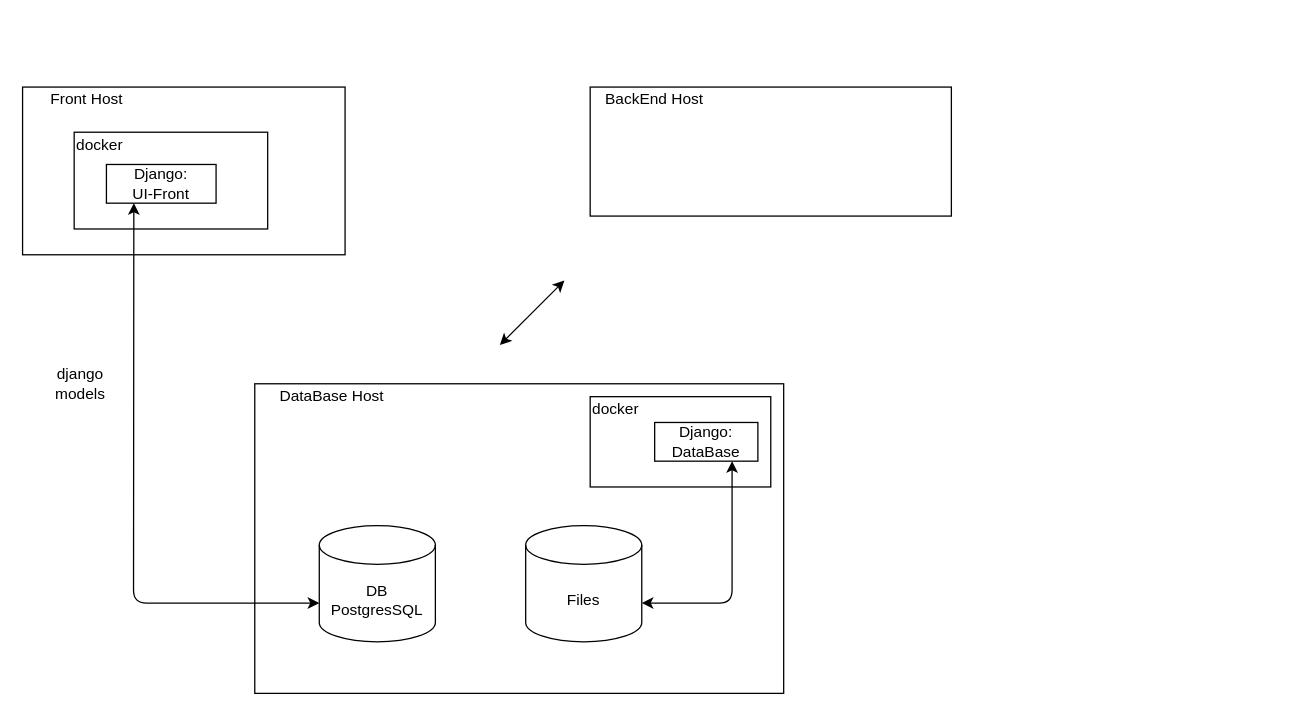
khptif/systematic-review-topic keeps this draw.io diagram as documents/Architecture/modeleArch.drawio. Above is the earlier version. Source tidied: cells renumbered, new cells numbered last; positions are measured from the earlier drawing's top-left corner, leaving out a move shared by most shapes. Both pictures are drawn from the tidied source at 129%, with x=0, y=0 at pixel (22, 86).
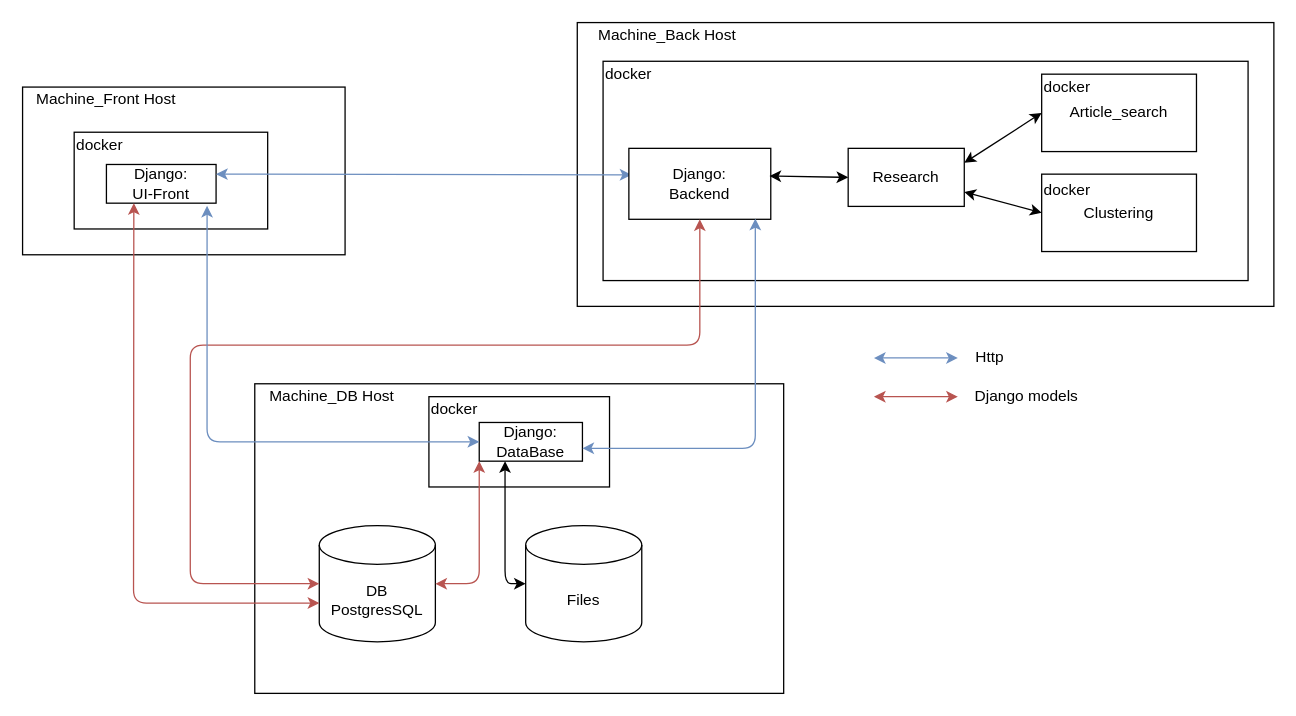
Above is the later version.

Unchanged cells that the change refers to:
```xml
<mxCell id="10" value="Django:&lt;br&gt;UI-Front" style="rounded=0;whiteSpace=wrap;html=1;" parent="1" vertex="1">
  <mxGeometry x="65" y="60" width="85" height="30" as="geometry" />
</mxCell>
<mxCell id="11" value="DB&lt;br&gt;PostgresSQL" style="shape=cylinder3;whiteSpace=wrap;html=1;boundedLbl=1;backgroundOutline=1;size=15;" parent="1" vertex="1">
  <mxGeometry x="230" y="340" width="90" height="90" as="geometry" />
</mxCell>
<mxCell id="15" value="Files" style="shape=cylinder3;whiteSpace=wrap;html=1;boundedLbl=1;backgroundOutline=1;size=15;" parent="1" vertex="1">
  <mxGeometry x="390" y="340" width="90" height="90" as="geometry" />
</mxCell>
```

Diff of the diagram source:
```diff
@@
+    <mxCell id="4" style="rounded=0;whiteSpace=wrap;html=1;" parent="1" vertex="1">
+      <mxGeometry x="430" y="-50" width="540" height="220" as="geometry" />
+    </mxCell>
+    <mxCell id="20" style="rounded=0;whiteSpace=wrap;html=1;" parent="1" vertex="1">
+      <mxGeometry x="450" y="-20" width="500" height="170" as="geometry" />
+    </mxCell>
@@
-    <mxCell id="4" style="rounded=0;whiteSpace=wrap;html=1;" parent="1" vertex="1">
-      <mxGeometry x="440" width="280" height="100" as="geometry" />
-    </mxCell>
-    <mxCell id="5" value="Front Host" style="text;html=1;strokeColor=none;fillColor=none;align=center;verticalAlign=middle;whiteSpace=wrap;rounded=0;" parent="1" vertex="1">
-      <mxGeometry width="100" height="20" as="geometry" />
+    <mxCell id="5" value="Machine_Front Host" style="text;html=1;strokeColor=none;fillColor=none;align=center;verticalAlign=middle;whiteSpace=wrap;rounded=0;" parent="1" vertex="1">
+      <mxGeometry width="130" height="20" as="geometry" />
     </mxCell>
-    <mxCell id="6" value="DataBase Host" style="text;html=1;strokeColor=none;fillColor=none;align=center;verticalAlign=middle;whiteSpace=wrap;rounded=0;" parent="1" vertex="1">
+    <mxCell id="6" value="Machine_DB Host" style="text;html=1;strokeColor=none;fillColor=none;align=center;verticalAlign=middle;whiteSpace=wrap;rounded=0;" parent="1" vertex="1">
       <mxGeometry x="180" y="230" width="120" height="20" as="geometry" />
     </mxCell>
-    <mxCell id="7" value="BackEnd Host" style="text;html=1;strokeColor=none;fillColor=none;align=center;verticalAlign=middle;whiteSpace=wrap;rounded=0;" parent="1" vertex="1">
-      <mxGeometry x="440" width="100" height="20" as="geometry" />
+    <mxCell id="7" value="Machine_Back Host" style="text;html=1;strokeColor=none;fillColor=none;align=center;verticalAlign=middle;whiteSpace=wrap;rounded=0;" parent="1" vertex="1">
+      <mxGeometry x="430" y="-50" width="140" height="20" as="geometry" />
     </mxCell>
@@
     <mxCell id="12" style="rounded=0;whiteSpace=wrap;html=1;" parent="1" vertex="1">
-      <mxGeometry x="440" y="240" width="140" height="70" as="geometry" />
+      <mxGeometry x="315" y="240" width="140" height="70" as="geometry" />
     </mxCell>
     <mxCell id="13" value="docker" style="text;html=1;strokeColor=none;fillColor=none;align=center;verticalAlign=middle;whiteSpace=wrap;rounded=0;" parent="1" vertex="1">
-      <mxGeometry x="440" y="240" width="40" height="20" as="geometry" />
+      <mxGeometry x="315" y="240" width="40" height="20" as="geometry" />
     </mxCell>
     <mxCell id="14" value="Django:&lt;br&gt;DataBase" style="rounded=0;whiteSpace=wrap;html=1;" parent="1" vertex="1">
-      <mxGeometry x="490" y="260" width="80" height="30" as="geometry" />
+      <mxGeometry x="354" y="260" width="80" height="30" as="geometry" />
     </mxCell>
@@
-    <mxCell id="16" style="endArrow=classic;startArrow=classic;html=1;entryX=0.75;entryY=1;entryDx=0;entryDy=0;" parent="1" edge="1" target="14">
-      <mxGeometry relative="1" as="geometry">
-        <mxPoint x="480" y="400" as="sourcePoint" />
-        <Array as="points">
-          <mxPoint x="550" y="400" />
-        </Array>
-      </mxGeometry>
-    </mxCell>
-    <mxCell id="17" style="endArrow=classic;startArrow=classic;html=1;entryX=0.25;entryY=1;entryDx=0;entryDy=0;exitX=0;exitY=0;exitDx=0;exitDy=60;exitPerimeter=0;" parent="1" edge="1" source="11" target="10">
+    <mxCell id="17" style="endArrow=classic;startArrow=classic;html=1;entryX=0.25;entryY=1;entryDx=0;entryDy=0;exitX=0;exitY=0;exitDx=0;exitDy=60;exitPerimeter=0;fillColor=#f8cecc;strokeColor=#b85450;" parent="1" edge="1" source="11" target="10">
       <mxGeometry relative="1" as="geometry">
         <Array as="points">
           <mxPoint x="86" y="400" />
         </Array>
       </mxGeometry>
     </mxCell>
-    <mxCell id="18" value="django models" style="text;html=1;strokeColor=none;fillColor=none;align=center;verticalAlign=middle;whiteSpace=wrap;rounded=0;" parent="1" vertex="1">
-      <mxGeometry x="10" y="220" width="70" height="20" as="geometry" />
-    </mxCell>
-    <mxCell id="19" style="endArrow=classic;startArrow=classic;html=1;" parent="1" edge="1">
-      <mxGeometry relative="1" as="geometry">
-        <mxPoint x="370" y="200" as="sourcePoint" />
-        <mxPoint x="420" y="150" as="targetPoint" />
-      </mxGeometry>
+    <mxCell id="19" style="endArrow=classic;startArrow=classic;html=1;exitX=1;exitY=0.25;exitDx=0;exitDy=0;entryX=0.018;entryY=0.373;entryDx=0;entryDy=0;entryPerimeter=0;fillColor=#dae8fc;strokeColor=#6c8ebf;" parent="1" edge="1" source="10" target="22">
+      <mxGeometry relative="1" as="geometry" />
     </mxCell>
+    <mxCell id="21" value="docker" style="text;html=1;strokeColor=none;fillColor=none;align=center;verticalAlign=middle;whiteSpace=wrap;rounded=0;" parent="1" vertex="1">
+      <mxGeometry x="450" y="-20" width="40" height="20" as="geometry" />
+    </mxCell>
+    <mxCell id="22" value="Django:&lt;br&gt;Backend" style="rounded=0;whiteSpace=wrap;html=1;" parent="1" vertex="1">
+      <mxGeometry x="470" y="47.5" width="110" height="55" as="geometry" />
+    </mxCell>
+    <mxCell id="23" value="Article_search" style="rounded=0;whiteSpace=wrap;html=1;" parent="1" vertex="1">
+      <mxGeometry x="790" y="-10" width="120" height="60" as="geometry" />
+    </mxCell>
+    <mxCell id="24" value="docker" style="text;html=1;strokeColor=none;fillColor=none;align=center;verticalAlign=middle;whiteSpace=wrap;rounded=0;" parent="1" vertex="1">
+      <mxGeometry x="790" y="-10" width="40" height="20" as="geometry" />
+    </mxCell>
+    <mxCell id="25" value="Clustering" style="rounded=0;whiteSpace=wrap;html=1;" parent="1" vertex="1">
+      <mxGeometry x="790" y="67.5" width="120" height="60" as="geometry" />
+    </mxCell>
+    <mxCell id="26" value="docker" style="text;html=1;strokeColor=none;fillColor=none;align=center;verticalAlign=middle;whiteSpace=wrap;rounded=0;" parent="1" vertex="1">
+      <mxGeometry x="790" y="70" width="40" height="20" as="geometry" />
+    </mxCell>
+    <mxCell id="27" style="endArrow=classic;startArrow=classic;html=1;entryX=0;entryY=0.5;entryDx=0;entryDy=0;exitX=1;exitY=0.25;exitDx=0;exitDy=0;" parent="1" edge="1" source="30" target="23">
+      <mxGeometry relative="1" as="geometry" />
+    </mxCell>
+    <mxCell id="28" style="endArrow=classic;startArrow=classic;html=1;entryX=0;entryY=0.5;entryDx=0;entryDy=0;exitX=1;exitY=0.75;exitDx=0;exitDy=0;" parent="1" edge="1" source="30" target="25">
+      <mxGeometry relative="1" as="geometry" />
+    </mxCell>
+    <mxCell id="29" style="endArrow=classic;startArrow=classic;html=1;exitX=0;exitY=0.5;exitDx=0;exitDy=0;exitPerimeter=0;entryX=0.5;entryY=1;entryDx=0;entryDy=0;fillColor=#f8cecc;strokeColor=#b85450;" parent="1" edge="1" source="11" target="22">
+      <mxGeometry relative="1" as="geometry">
+        <Array as="points">
+          <mxPoint x="130" y="385" />
+          <mxPoint x="130" y="200" />
+          <mxPoint x="525" y="200" />
+        </Array>
+      </mxGeometry>
+    </mxCell>
+    <mxCell id="30" value="Research" style="rounded=0;whiteSpace=wrap;html=1;" parent="1" vertex="1">
+      <mxGeometry x="640" y="47.5" width="90" height="45" as="geometry" />
+    </mxCell>
+    <mxCell id="31" style="endArrow=classic;startArrow=classic;html=1;entryX=0;entryY=0.5;entryDx=0;entryDy=0;exitX=0.991;exitY=0.391;exitDx=0;exitDy=0;exitPerimeter=0;" parent="1" edge="1" source="22" target="30">
+      <mxGeometry relative="1" as="geometry" />
+    </mxCell>
+    <mxCell id="32" style="endArrow=classic;startArrow=classic;html=1;entryX=0.891;entryY=0.991;entryDx=0;entryDy=0;entryPerimeter=0;fillColor=#dae8fc;strokeColor=#6c8ebf;" parent="1" edge="1" target="22">
+      <mxGeometry relative="1" as="geometry">
+        <mxPoint x="434" y="280" as="sourcePoint" />
+        <Array as="points">
+          <mxPoint x="568" y="280" />
+        </Array>
+      </mxGeometry>
+    </mxCell>
+    <mxCell id="33" style="endArrow=classic;startArrow=classic;html=1;entryX=0.25;entryY=1;entryDx=0;entryDy=0;exitX=0;exitY=0.5;exitDx=0;exitDy=0;exitPerimeter=0;" parent="1" edge="1" source="15" target="14">
+      <mxGeometry relative="1" as="geometry">
+        <Array as="points">
+          <mxPoint x="374" y="385" />
+        </Array>
+      </mxGeometry>
+    </mxCell>
+    <mxCell id="34" style="endArrow=classic;startArrow=classic;html=1;entryX=0;entryY=1;entryDx=0;entryDy=0;exitX=1;exitY=0.5;exitDx=0;exitDy=0;exitPerimeter=0;fillColor=#f8cecc;strokeColor=#b85450;" parent="1" edge="1" source="11" target="14">
+      <mxGeometry relative="1" as="geometry">
+        <Array as="points">
+          <mxPoint x="354" y="385" />
+        </Array>
+      </mxGeometry>
+    </mxCell>
+    <mxCell id="35" style="endArrow=classic;startArrow=classic;html=1;entryX=0.918;entryY=1.067;entryDx=0;entryDy=0;exitX=0;exitY=0.5;exitDx=0;exitDy=0;entryPerimeter=0;fillColor=#dae8fc;strokeColor=#6c8ebf;" parent="1" edge="1" source="14" target="10">
+      <mxGeometry relative="1" as="geometry">
+        <Array as="points">
+          <mxPoint x="143" y="275" />
+        </Array>
+      </mxGeometry>
+    </mxCell>
+    <mxCell id="36" style="endArrow=classic;startArrow=classic;html=1;fillColor=#dae8fc;strokeColor=#6c8ebf;" parent="1" edge="1">
+      <mxGeometry relative="1" as="geometry">
+        <mxPoint x="660" y="210" as="sourcePoint" />
+        <mxPoint x="725" y="210" as="targetPoint" />
+      </mxGeometry>
+    </mxCell>
+    <mxCell id="37" style="endArrow=classic;startArrow=classic;html=1;fillColor=#f8cecc;strokeColor=#b85450;" parent="1" edge="1">
+      <mxGeometry relative="1" as="geometry">
+        <mxPoint x="660" y="240" as="sourcePoint" />
+        <mxPoint x="725" y="240" as="targetPoint" />
+      </mxGeometry>
+    </mxCell>
+    <mxCell id="38" value="Http" style="text;html=1;strokeColor=none;fillColor=none;align=center;verticalAlign=middle;whiteSpace=wrap;rounded=0;" parent="1" vertex="1">
+      <mxGeometry x="700" y="200" width="100" height="20" as="geometry" />
+    </mxCell>
+    <mxCell id="39" value="Django models" style="text;html=1;strokeColor=none;fillColor=none;align=center;verticalAlign=middle;whiteSpace=wrap;rounded=0;" parent="1" vertex="1">
+      <mxGeometry x="727" y="230" width="103" height="20" as="geometry" />
+    </mxCell>
```
